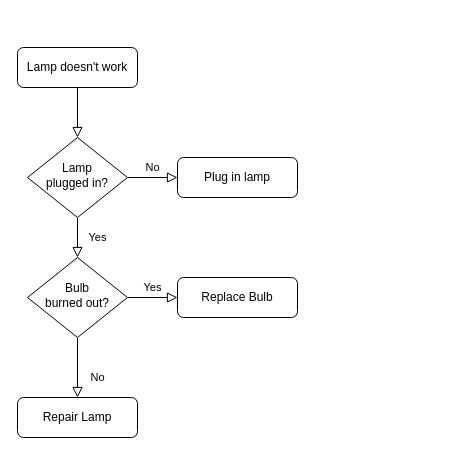
The draw.io diagram Untitled Diagram.drawio in Nguyenhao2k/Nguyenhao2k, before the edit. Source tidied: cells renumbered, new cells numbered last; positions are measured from the earlier drawing's top-left corner, leaving out a move shared by most shapes. Both pictures are drawn from the tidied source at 100%, with x=0, y=0 at pixel (17, 47).
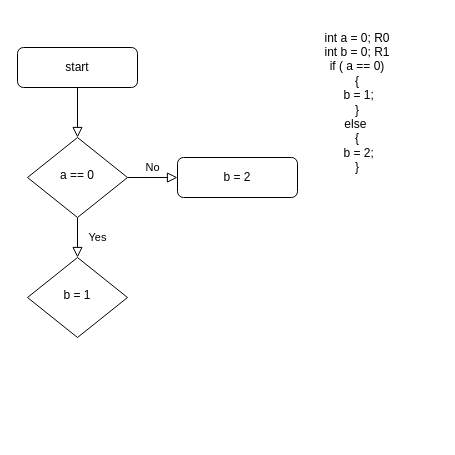
The same diagram, later.

Diff of the diagram source:
```diff
@@
 <mxGraphModel>
   <root>
     <mxCell id="0" />
     <mxCell id="1" parent="0" />
     <mxCell id="2" style="rounded=0;html=1;jettySize=auto;fontSize=11;endArrow=block;endFill=0;endSize=8;strokeWidth=1;shadow=0;labelBackgroundColor=none;edgeStyle=orthogonalEdgeStyle;" parent="1" edge="1" source="3" target="6">
       <mxGeometry relative="1" as="geometry" />
     </mxCell>
-    <mxCell id="3" value="Lamp doesn't work" style="rounded=1;whiteSpace=wrap;html=1;fontSize=12;glass=0;strokeWidth=1;shadow=0;" parent="1" vertex="1">
+    <mxCell id="3" value="start" style="rounded=1;whiteSpace=wrap;html=1;fontSize=12;glass=0;strokeWidth=1;shadow=0;" parent="1" vertex="1">
       <mxGeometry width="120" height="40" as="geometry" />
     </mxCell>
     <mxCell id="4" value="Yes" style="rounded=0;html=1;jettySize=auto;fontSize=11;endArrow=block;endFill=0;endSize=8;strokeWidth=1;shadow=0;labelBackgroundColor=none;edgeStyle=orthogonalEdgeStyle;" parent="1" edge="1" source="6" target="10">
       <mxGeometry y="20" relative="1" as="geometry" />
     </mxCell>
     <mxCell id="5" value="No" style="edgeStyle=orthogonalEdgeStyle;rounded=0;html=1;jettySize=auto;fontSize=11;endArrow=block;endFill=0;endSize=8;strokeWidth=1;shadow=0;labelBackgroundColor=none;" parent="1" edge="1" source="6" target="7">
       <mxGeometry y="10" relative="1" as="geometry" />
     </mxCell>
-    <mxCell id="6" value="Lamp&lt;br&gt;plugged in?" style="rhombus;whiteSpace=wrap;html=1;shadow=0;fontFamily=Helvetica;fontSize=12;align=center;strokeWidth=1;spacing=6;spacingTop=-4;" parent="1" vertex="1">
+    <mxCell id="6" value="a == 0" style="rhombus;whiteSpace=wrap;html=1;shadow=0;fontFamily=Helvetica;fontSize=12;align=center;strokeWidth=1;spacing=6;spacingTop=-4;" parent="1" vertex="1">
       <mxGeometry x="10" y="90" width="100" height="80" as="geometry" />
     </mxCell>
-    <mxCell id="7" value="Plug in lamp" style="rounded=1;whiteSpace=wrap;html=1;fontSize=12;glass=0;strokeWidth=1;shadow=0;" parent="1" vertex="1">
+    <mxCell id="7" value="b = 2" style="rounded=1;whiteSpace=wrap;html=1;fontSize=12;glass=0;strokeWidth=1;shadow=0;" parent="1" vertex="1">
       <mxGeometry x="160" y="110" width="120" height="40" as="geometry" />
     </mxCell>
-    <mxCell id="8" value="No" style="rounded=0;html=1;jettySize=auto;fontSize=11;endArrow=block;endFill=0;endSize=8;strokeWidth=1;shadow=0;labelBackgroundColor=none;edgeStyle=orthogonalEdgeStyle;" parent="1" edge="1" source="10" target="11">
-      <mxGeometry x="0.33" y="20" relative="1" as="geometry" />
-    </mxCell>
-    <mxCell id="9" value="Yes" style="edgeStyle=orthogonalEdgeStyle;rounded=0;html=1;jettySize=auto;fontSize=11;endArrow=block;endFill=0;endSize=8;strokeWidth=1;shadow=0;labelBackgroundColor=none;" parent="1" edge="1" source="10" target="12">
-      <mxGeometry y="10" relative="1" as="geometry" />
-    </mxCell>
-    <mxCell id="10" value="Bulb&lt;br&gt;burned out?" style="rhombus;whiteSpace=wrap;html=1;shadow=0;fontFamily=Helvetica;fontSize=12;align=center;strokeWidth=1;spacing=6;spacingTop=-4;" parent="1" vertex="1">
+    <mxCell id="10" value="b = 1" style="rhombus;whiteSpace=wrap;html=1;shadow=0;fontFamily=Helvetica;fontSize=12;align=center;strokeWidth=1;spacing=6;spacingTop=-4;" parent="1" vertex="1">
       <mxGeometry x="10" y="210" width="100" height="80" as="geometry" />
     </mxCell>
-    <mxCell id="11" value="Repair Lamp" style="rounded=1;whiteSpace=wrap;html=1;fontSize=12;glass=0;strokeWidth=1;shadow=0;" parent="1" vertex="1">
-      <mxGeometry y="350" width="120" height="40" as="geometry" />
-    </mxCell>
-    <mxCell id="12" value="Replace Bulb" style="rounded=1;whiteSpace=wrap;html=1;fontSize=12;glass=0;strokeWidth=1;shadow=0;" parent="1" vertex="1">
-      <mxGeometry x="160" y="230" width="120" height="40" as="geometry" />
-    </mxCell>
+    <mxCell id="13" value="int a = 0; R0&lt;br&gt;int b = 0; R1&lt;br&gt;if ( a == 0)&lt;br&gt;{&lt;br&gt;&lt;span style=&quot;white-space: pre;&quot;&gt; &lt;/span&gt;b = 1;&lt;br&gt;}&lt;br&gt;else&amp;nbsp;&lt;br&gt;{&lt;br&gt;&lt;span style=&quot;white-space: pre;&quot;&gt; &lt;/span&gt;b = 2;&lt;br&gt;}" style="text;html=1;strokeColor=none;fillColor=none;align=center;verticalAlign=middle;whiteSpace=wrap;rounded=0;" parent="1" vertex="1">
+      <mxGeometry x="260" y="-30" width="160" height="170" as="geometry" />
+    </mxCell>
   </root>
 </mxGraphModel>
```
